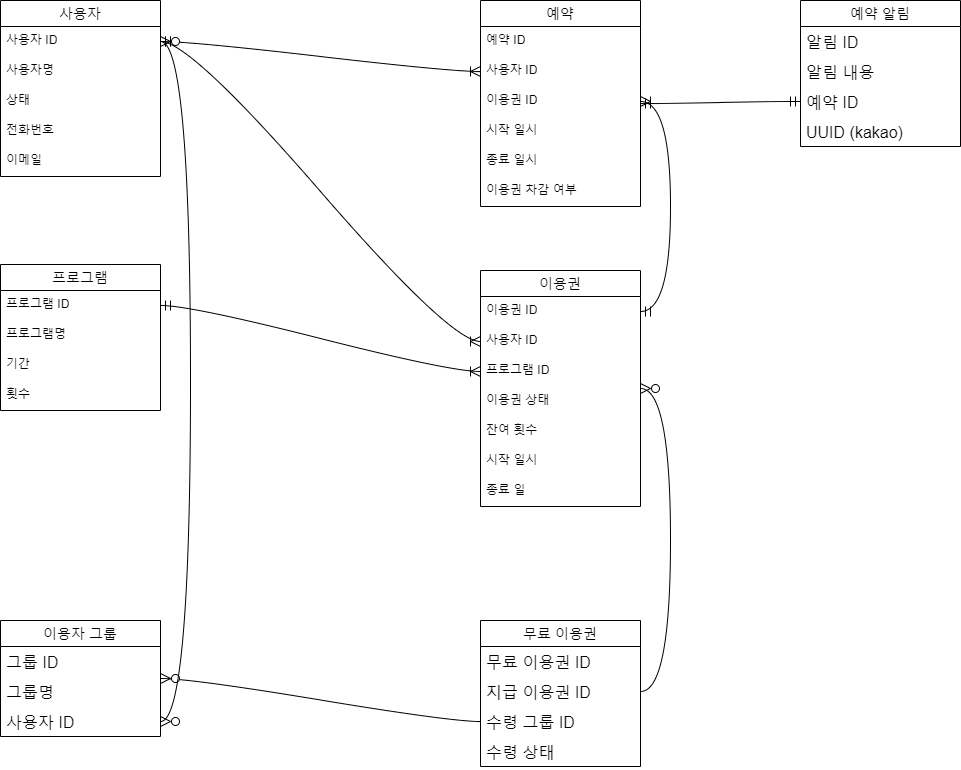
Before: docs/ticket-manager-erd.png, a diagram exported from draw.io (GuardJo/ticket-manager). Source tidied: cells renumbered, new cells last; positions are measured from the earlier drawing's top-left corner, leaving out a move shared by most shapes.
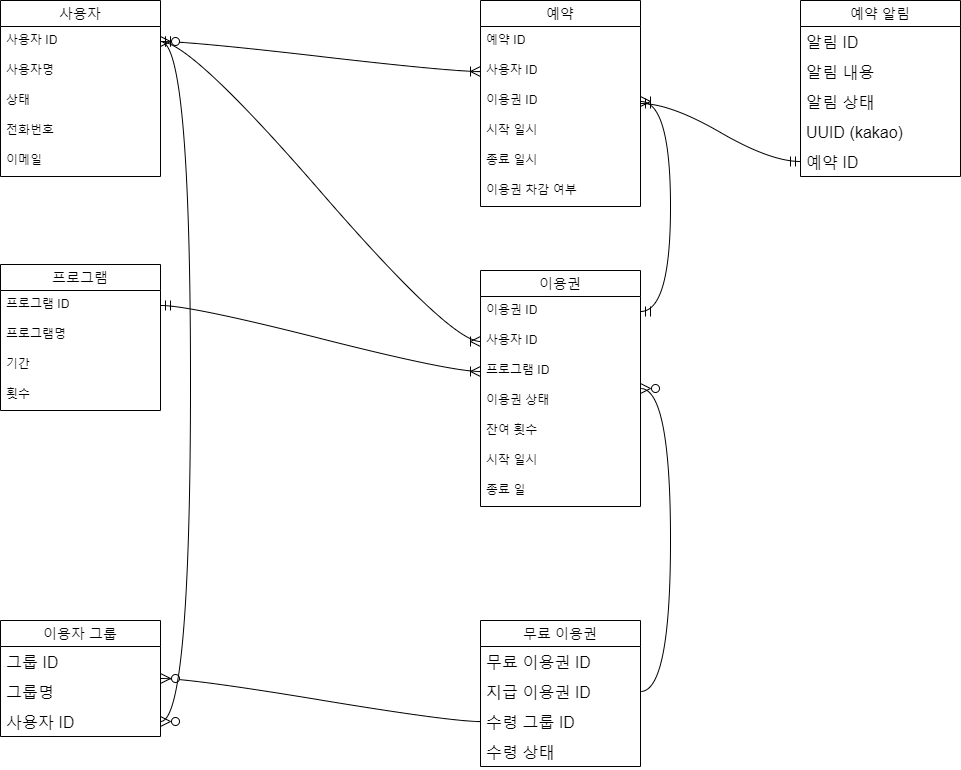
After the commit.

The edit, as a diff of the source:
```diff
@@ -129,7 +129,7 @@
       <mxGeometry relative="1" as="geometry" />
     </mxCell>
     <mxCell id="44" value="예약 알림" style="swimlane;fontStyle=0;horizontal=1;startSize=26;align=center;fontSize=14;" parent="1" vertex="1">
-      <mxGeometry x="800" width="160" height="146" as="geometry" />
+      <mxGeometry x="800" width="160" height="176" as="geometry" />
     </mxCell>
     <mxCell id="45" value="알림 ID" style="text;strokeColor=none;fillColor=none;spacingLeft=4;spacingRight=4;overflow=hidden;fontSize=16;whiteSpace=wrap;html=1;" parent="44" vertex="1">
       <mxGeometry y="26" width="160" height="30" as="geometry" />
@@ -137,12 +137,15 @@
     <mxCell id="46" value="알림 내용" style="text;strokeColor=none;fillColor=none;spacingLeft=4;spacingRight=4;overflow=hidden;fontSize=16;whiteSpace=wrap;html=1;" parent="44" vertex="1">
       <mxGeometry y="56" width="160" height="30" as="geometry" />
     </mxCell>
+    <mxCell id="50" value="알림 상태" style="text;strokeColor=none;fillColor=none;spacingLeft=4;spacingRight=4;overflow=hidden;fontSize=16;whiteSpace=wrap;html=1;" parent="44" vertex="1">
+      <mxGeometry y="86" width="160" height="30" as="geometry" />
+    </mxCell>
+    <mxCell id="48" value="UUID (kakao)" style="text;strokeColor=none;fillColor=none;spacingLeft=4;spacingRight=4;overflow=hidden;fontSize=16;whiteSpace=wrap;html=1;" parent="44" vertex="1">
+      <mxGeometry y="116" width="160" height="30" as="geometry" />
+    </mxCell>
     <mxCell id="47" value="예약 ID" style="text;strokeColor=none;fillColor=none;spacingLeft=4;spacingRight=4;overflow=hidden;points=[[0,0.5],[1,0.5]];portConstraint=eastwest;fontSize=16;whiteSpace=wrap;html=1;" parent="44" vertex="1">
-      <mxGeometry y="86" width="160" height="30" as="geometry" />
+      <mxGeometry y="146" width="160" height="30" as="geometry" />
     </mxCell>
-    <mxCell id="48" value="UUID (kakao)" style="text;strokeColor=none;fillColor=none;spacingLeft=4;spacingRight=4;overflow=hidden;fontSize=16;whiteSpace=wrap;html=1;" parent="44" vertex="1">
-      <mxGeometry y="116" width="160" height="30" as="geometry" />
-    </mxCell>
     <mxCell id="49" style="edgeStyle=entityRelationEdgeStyle;fontSize=12;html=1;endArrow=ERmandOne;startArrow=ERmandOne;rounded=0;startSize=8;endSize=8;curved=1;" parent="1" edge="1" source="21" target="47">
       <mxGeometry relative="1" as="geometry" />
     </mxCell>
```
